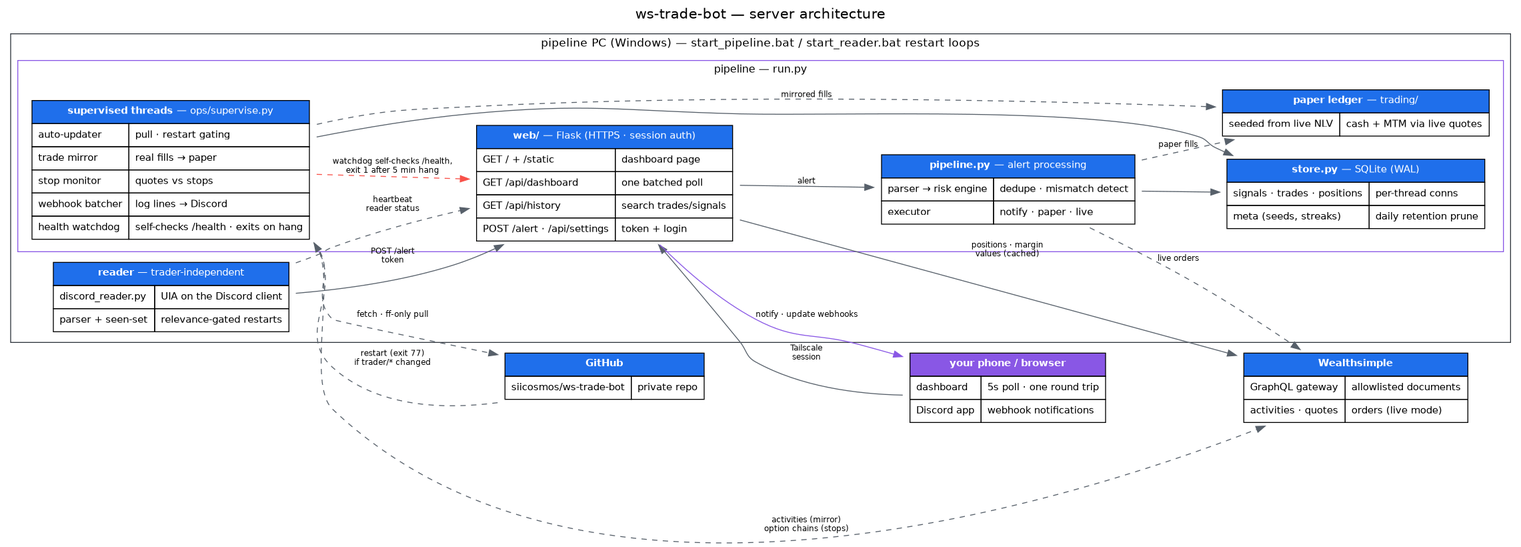
Earlier version of the Graphviz export docs/architecture.png (siicosmos/ws-trade-bot). Its source is kept beside it as docs/architecture.dot.
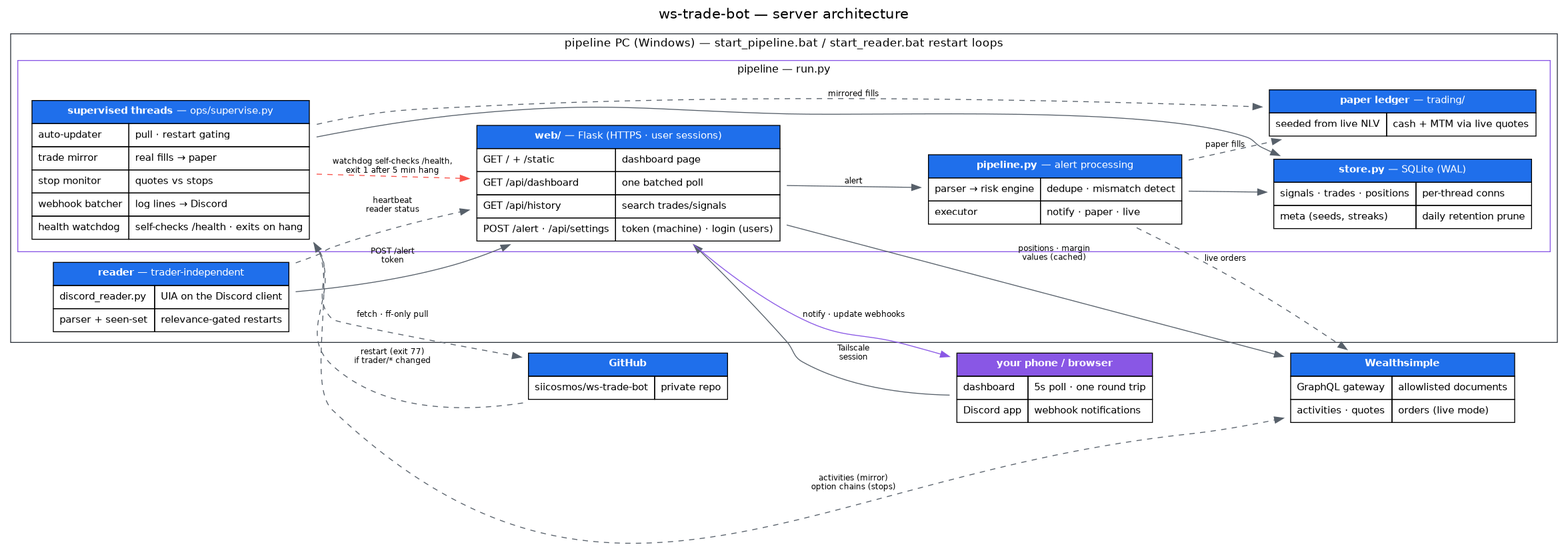
After the commit.

Commit message:
Settings direction fix, mobile users button; plan compaction + docs

The edit, as a diff of the source:
```diff
@@ -43,11 +43,11 @@
 
       web [label=<
         <TABLE BORDER="0" CELLBORDER="1" CELLSPACING="0" CELLPADDING="6" BGCOLOR="white">
-          <TR><TD BGCOLOR="#1f6feb" COLSPAN="2"><FONT COLOR="white"><B>web/</B> — Flask (HTTPS · session auth)</FONT></TD></TR>
+          <TR><TD BGCOLOR="#1f6feb" COLSPAN="2"><FONT COLOR="white"><B>web/</B> — Flask (HTTPS · user sessions)</FONT></TD></TR>
           <TR><TD ALIGN="LEFT">GET / + /static</TD><TD ALIGN="LEFT">dashboard page</TD></TR>
           <TR><TD ALIGN="LEFT">GET /api/dashboard</TD><TD ALIGN="LEFT">one batched poll</TD></TR>
           <TR><TD ALIGN="LEFT">GET /api/history</TD><TD ALIGN="LEFT">search trades/signals</TD></TR>
-          <TR><TD ALIGN="LEFT">POST /alert · /api/settings</TD><TD ALIGN="LEFT">token + login</TD></TR>
+          <TR><TD ALIGN="LEFT">POST /alert · /api/settings</TD><TD ALIGN="LEFT">token (machine) · login (users)</TD></TR>
         </TABLE>>];
 
       proc [label=<
```
